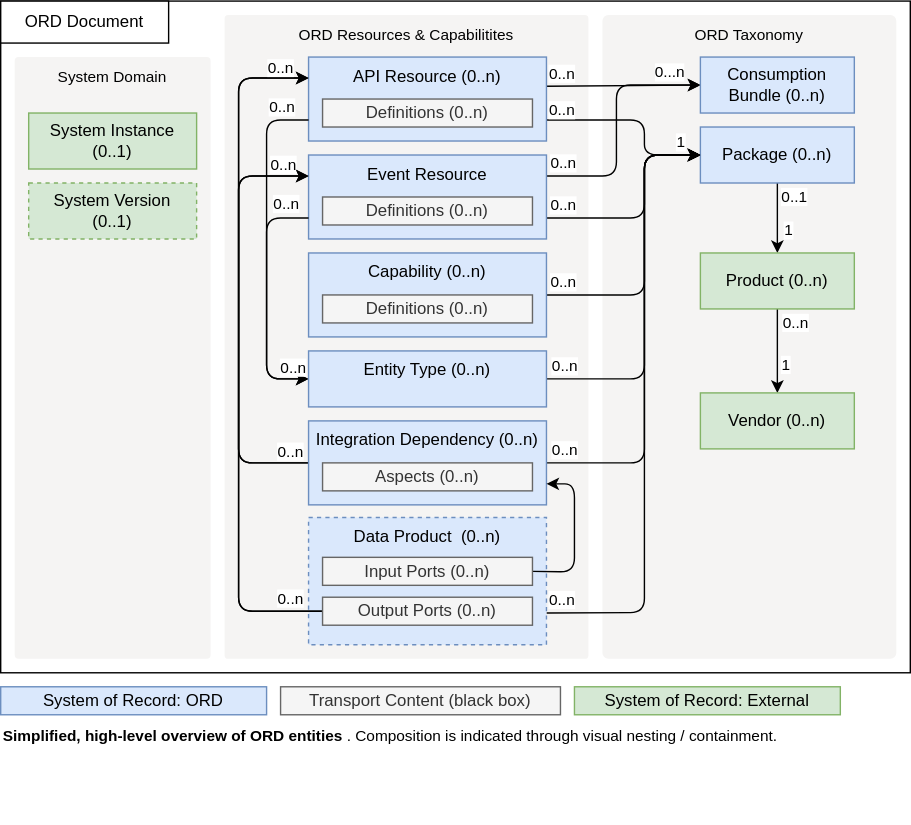
The draw.io diagram static/img/ord-high-level-data-model.drawio.svg in SAP/open-resource-discovery, before a commit. Source tidied: cells renumbered, new cells last; positions are measured from the earlier drawing's top-left corner, leaving out a move shared by most shapes. Its diagram source:
```xml
<mxGraphModel>
  <root>
    <mxCell id="0" />
    <mxCell id="1" parent="0" />
    <mxCell id="2" style="rounded=0;whiteSpace=wrap;html=1;glass=0;sketch=0;fillStyle=auto;fontSize=11;" parent="1" vertex="1">
      <mxGeometry width="650" height="480" as="geometry" />
    </mxCell>
    <mxCell id="3" value="&lt;font style=&quot;font-size: 11px;&quot;&gt;System Domain&lt;/font&gt;" style="rounded=1;whiteSpace=wrap;html=1;glass=0;sketch=0;fillStyle=auto;fillColor=#F5F4F3;strokeColor=none;verticalAlign=top;align=center;arcSize=2;" parent="1" vertex="1">
      <mxGeometry x="10" y="40" width="140" height="430" as="geometry" />
    </mxCell>
    <mxCell id="4" value="&lt;font style=&quot;font-size: 11px;&quot;&gt;ORD Taxonomy&lt;/font&gt;" style="rounded=1;whiteSpace=wrap;html=1;glass=0;sketch=0;fillStyle=auto;fillColor=#F5F4F3;strokeColor=none;verticalAlign=top;align=center;arcSize=2;" parent="1" vertex="1">
      <mxGeometry x="430" y="10" width="210" height="460" as="geometry" />
    </mxCell>
    <mxCell id="5" value="&lt;font style=&quot;font-size: 11px;&quot;&gt;ORD Resources &amp;amp; Capabilitites&lt;/font&gt;" style="rounded=1;whiteSpace=wrap;html=1;glass=0;sketch=0;fillStyle=auto;fillColor=#F5F4F3;strokeColor=none;verticalAlign=top;align=center;arcSize=1;" parent="1" vertex="1">
      <mxGeometry x="160" y="10" width="260" height="460" as="geometry" />
    </mxCell>
    <mxCell id="6" value="ORD Document" style="rounded=0;whiteSpace=wrap;html=1;" parent="1" vertex="1">
      <mxGeometry width="120" height="30" as="geometry" />
    </mxCell>
    <mxCell id="7" style="edgeStyle=none;html=1;entryX=0;entryY=0.5;entryDx=0;entryDy=0;fontSize=11;endArrow=classic;endFill=1;exitX=1;exitY=0.348;exitDx=0;exitDy=0;exitPerimeter=0;" parent="1" edge="1" source="13" target="33">
      <mxGeometry relative="1" as="geometry" />
    </mxCell>
    <mxCell id="8" value="0..n" style="edgeLabel;html=1;align=center;verticalAlign=middle;fontSize=11;" parent="7" vertex="1">
      <mxGeometry x="-0.62" y="-1" relative="1" as="geometry">
        <mxPoint x="-11" y="-10" as="offset" />
      </mxGeometry>
    </mxCell>
    <mxCell id="9" value="0...n" style="edgeLabel;html=1;align=center;verticalAlign=middle;fontSize=11;" parent="7" vertex="1">
      <mxGeometry x="0.58" y="-1" relative="1" as="geometry">
        <mxPoint y="-11" as="offset" />
      </mxGeometry>
    </mxCell>
    <mxCell id="10" style="edgeStyle=none;html=1;entryX=0;entryY=0.5;entryDx=0;entryDy=0;fontSize=11;endArrow=classic;endFill=1;exitX=1;exitY=0.75;exitDx=0;exitDy=0;" parent="1" edge="1" source="13" target="37">
      <mxGeometry relative="1" as="geometry">
        <Array as="points">
          <mxPoint x="460" y="85" />
          <mxPoint x="460" y="110" />
        </Array>
      </mxGeometry>
    </mxCell>
    <mxCell id="11" value="0..n" style="edgeLabel;html=1;align=center;verticalAlign=middle;fontSize=11;" parent="10" vertex="1">
      <mxGeometry x="-0.7" y="1" relative="1" as="geometry">
        <mxPoint x="-10" y="-7" as="offset" />
      </mxGeometry>
    </mxCell>
    <mxCell id="12" value="1" style="edgeLabel;html=1;align=center;verticalAlign=middle;fontSize=11;" parent="10" vertex="1">
      <mxGeometry x="0.66" relative="1" as="geometry">
        <mxPoint x="8" y="-10" as="offset" />
      </mxGeometry>
    </mxCell>
    <mxCell id="13" value="API Resource (0..n)" style="rounded=0;whiteSpace=wrap;html=1;verticalAlign=top;fillColor=#dae8fc;strokeColor=#6c8ebf;" parent="1" vertex="1">
      <mxGeometry x="220" y="40" width="170" height="60" as="geometry" />
    </mxCell>
    <mxCell id="14" style="edgeStyle=none;html=1;entryX=0;entryY=0.5;entryDx=0;entryDy=0;fontSize=11;endArrow=classic;endFill=1;exitX=1;exitY=0.25;exitDx=0;exitDy=0;" parent="1" edge="1" source="18" target="33">
      <mxGeometry relative="1" as="geometry">
        <Array as="points">
          <mxPoint x="440" y="125" />
          <mxPoint x="440" y="60" />
        </Array>
      </mxGeometry>
    </mxCell>
    <mxCell id="15" value="0..n" style="edgeLabel;html=1;align=center;verticalAlign=middle;fontSize=11;" parent="14" vertex="1">
      <mxGeometry x="-0.77" relative="1" as="geometry">
        <mxPoint x="-9" y="-10" as="offset" />
      </mxGeometry>
    </mxCell>
    <mxCell id="16" style="edgeStyle=none;html=1;exitX=1;exitY=0.75;exitDx=0;exitDy=0;entryX=0;entryY=0.5;entryDx=0;entryDy=0;fontSize=11;endArrow=classic;endFill=1;" parent="1" edge="1" source="18" target="37">
      <mxGeometry relative="1" as="geometry">
        <Array as="points">
          <mxPoint x="460" y="155" />
          <mxPoint x="460" y="110" />
        </Array>
      </mxGeometry>
    </mxCell>
    <mxCell id="17" value="0..n" style="edgeLabel;html=1;align=center;verticalAlign=middle;fontSize=11;" parent="16" vertex="1">
      <mxGeometry x="-0.77" y="3" relative="1" as="geometry">
        <mxPoint x="-7" y="-7" as="offset" />
      </mxGeometry>
    </mxCell>
    <mxCell id="18" value="Event Resource" style="rounded=0;whiteSpace=wrap;html=1;verticalAlign=top;fillColor=#dae8fc;strokeColor=#6c8ebf;" parent="1" vertex="1">
      <mxGeometry x="220" y="110" width="170" height="60" as="geometry" />
    </mxCell>
    <mxCell id="19" value="Definitions (0..n)" style="rounded=0;whiteSpace=wrap;html=1;fillColor=#f5f5f5;strokeColor=#666666;fontColor=#333333;" parent="1" vertex="1">
      <mxGeometry x="230" y="140" width="150" height="20" as="geometry" />
    </mxCell>
    <mxCell id="20" value="System Instance (0..1)" style="rounded=0;whiteSpace=wrap;html=1;verticalAlign=middle;fillColor=#d5e8d4;strokeColor=#82b366;" parent="1" vertex="1">
      <mxGeometry x="20" y="80" width="120" height="40" as="geometry" />
    </mxCell>
    <mxCell id="21" style="edgeStyle=none;html=1;entryX=0;entryY=0.5;entryDx=0;entryDy=0;fontSize=11;endArrow=classic;endFill=1;" parent="1" edge="1" source="23" target="37">
      <mxGeometry relative="1" as="geometry">
        <Array as="points">
          <mxPoint x="460" y="210" />
          <mxPoint x="460" y="110" />
        </Array>
      </mxGeometry>
    </mxCell>
    <mxCell id="22" value="0..n" style="edgeLabel;html=1;align=center;verticalAlign=middle;fontSize=11;" parent="21" vertex="1">
      <mxGeometry x="-0.92" relative="1" as="geometry">
        <mxPoint x="2" y="-10" as="offset" />
      </mxGeometry>
    </mxCell>
    <mxCell id="23" value="Capability (0..n)" style="rounded=0;whiteSpace=wrap;html=1;verticalAlign=top;fillColor=#dae8fc;strokeColor=#6c8ebf;" parent="1" vertex="1">
      <mxGeometry x="220" y="180" width="170" height="60" as="geometry" />
    </mxCell>
    <mxCell id="24" value="Definitions (0..n)" style="rounded=0;whiteSpace=wrap;html=1;fillColor=#f5f5f5;strokeColor=#666666;fontColor=#333333;" parent="1" vertex="1">
      <mxGeometry x="230" y="210" width="150" height="20" as="geometry" />
    </mxCell>
    <mxCell id="25" style="edgeStyle=none;html=1;entryX=0;entryY=0.5;entryDx=0;entryDy=0;fontSize=11;endArrow=classic;endFill=1;" parent="1" edge="1" source="32" target="37">
      <mxGeometry relative="1" as="geometry">
        <Array as="points">
          <mxPoint x="460" y="270" />
          <mxPoint x="460" y="110" />
        </Array>
      </mxGeometry>
    </mxCell>
    <mxCell id="26" value="0..n" style="edgeLabel;html=1;align=center;verticalAlign=middle;fontSize=11;" parent="25" vertex="1">
      <mxGeometry x="-0.91" y="1" relative="1" as="geometry">
        <mxPoint x="-1" y="-9" as="offset" />
      </mxGeometry>
    </mxCell>
    <mxCell id="27" style="edgeStyle=none;html=1;entryX=0;entryY=0.75;entryDx=0;entryDy=0;fontSize=11;endArrow=none;endFill=0;startArrow=classic;startFill=1;" parent="1" edge="1" source="32" target="18">
      <mxGeometry relative="1" as="geometry">
        <Array as="points">
          <mxPoint x="190" y="270" />
          <mxPoint x="190" y="155" />
        </Array>
      </mxGeometry>
    </mxCell>
    <mxCell id="28" style="edgeStyle=none;html=1;entryX=0;entryY=0.75;entryDx=0;entryDy=0;fontSize=11;endArrow=none;endFill=0;startArrow=classic;startFill=1;" parent="1" edge="1" source="32" target="13">
      <mxGeometry relative="1" as="geometry">
        <Array as="points">
          <mxPoint x="190" y="270" />
          <mxPoint x="190" y="85" />
        </Array>
      </mxGeometry>
    </mxCell>
    <mxCell id="29" value="0..n" style="edgeLabel;html=1;align=center;verticalAlign=middle;fontSize=11;" parent="28" vertex="1">
      <mxGeometry x="0.33" y="-3" relative="1" as="geometry">
        <mxPoint x="10" y="6" as="offset" />
      </mxGeometry>
    </mxCell>
    <mxCell id="30" value="0..n" style="edgeLabel;html=1;align=center;verticalAlign=middle;fontSize=11;" parent="28" vertex="1">
      <mxGeometry x="0.81" y="2" relative="1" as="geometry">
        <mxPoint x="3" y="-8" as="offset" />
      </mxGeometry>
    </mxCell>
    <mxCell id="31" value="0..n" style="edgeLabel;html=1;align=center;verticalAlign=middle;fontSize=11;" parent="28" vertex="1">
      <mxGeometry x="-0.83" y="-1" relative="1" as="geometry">
        <mxPoint x="9" y="-8" as="offset" />
      </mxGeometry>
    </mxCell>
    <mxCell id="32" value="Entity Type (0..n)" style="rounded=0;whiteSpace=wrap;html=1;verticalAlign=top;fillColor=#dae8fc;strokeColor=#6c8ebf;" parent="1" vertex="1">
      <mxGeometry x="220" y="250" width="170" height="40" as="geometry" />
    </mxCell>
    <mxCell id="33" value="Consumption Bundle (0..n)" style="rounded=0;whiteSpace=wrap;html=1;verticalAlign=middle;fillColor=#dae8fc;strokeColor=#6c8ebf;" parent="1" vertex="1">
      <mxGeometry x="500" y="40" width="110" height="40" as="geometry" />
    </mxCell>
    <mxCell id="34" style="edgeStyle=none;html=1;fontSize=11;endArrow=classic;endFill=1;" parent="1" edge="1" source="37" target="41">
      <mxGeometry relative="1" as="geometry" />
    </mxCell>
    <mxCell id="35" value="0..1" style="edgeLabel;html=1;align=center;verticalAlign=middle;fontSize=11;" parent="34" vertex="1">
      <mxGeometry x="-0.64" y="-1" relative="1" as="geometry">
        <mxPoint x="12" as="offset" />
      </mxGeometry>
    </mxCell>
    <mxCell id="36" value="1" style="edgeLabel;html=1;align=center;verticalAlign=middle;fontSize=11;" parent="34" vertex="1">
      <mxGeometry x="0.27" y="-1" relative="1" as="geometry">
        <mxPoint x="8" y="1" as="offset" />
      </mxGeometry>
    </mxCell>
    <mxCell id="37" value="Package (0..n)" style="rounded=0;whiteSpace=wrap;html=1;verticalAlign=middle;fillColor=#dae8fc;strokeColor=#6c8ebf;" parent="1" vertex="1">
      <mxGeometry x="500" y="90" width="110" height="40" as="geometry" />
    </mxCell>
    <mxCell id="38" style="edgeStyle=none;html=1;fontSize=11;endArrow=classic;endFill=1;" parent="1" edge="1" source="41" target="42">
      <mxGeometry relative="1" as="geometry" />
    </mxCell>
    <mxCell id="39" value="1" style="edgeLabel;html=1;align=center;verticalAlign=middle;fontSize=11;" parent="38" vertex="1">
      <mxGeometry x="0.3" y="-4" relative="1" as="geometry">
        <mxPoint x="9" as="offset" />
      </mxGeometry>
    </mxCell>
    <mxCell id="40" value="0..n" style="edgeLabel;html=1;align=center;verticalAlign=middle;fontSize=11;" parent="38" vertex="1">
      <mxGeometry x="-0.77" y="-2" relative="1" as="geometry">
        <mxPoint x="14" y="2" as="offset" />
      </mxGeometry>
    </mxCell>
    <mxCell id="41" value="Product (0..n)" style="rounded=0;whiteSpace=wrap;html=1;verticalAlign=middle;fillColor=#d5e8d4;strokeColor=#82b366;" parent="1" vertex="1">
      <mxGeometry x="500" y="180" width="110" height="40" as="geometry" />
    </mxCell>
    <mxCell id="42" value="Vendor (0..n)" style="rounded=0;whiteSpace=wrap;html=1;verticalAlign=middle;fillColor=#d5e8d4;strokeColor=#82b366;" parent="1" vertex="1">
      <mxGeometry x="500" y="280" width="110" height="40" as="geometry" />
    </mxCell>
    <mxCell id="43" value="Definitions (0..n)" style="rounded=0;whiteSpace=wrap;html=1;fillColor=#f5f5f5;strokeColor=#666666;fontColor=#333333;" parent="1" vertex="1">
      <mxGeometry x="230" y="70" width="150" height="20" as="geometry" />
    </mxCell>
    <mxCell id="44" value="Best viewed with the &lt;a href=&quot;https://github.com/ariel-bentu/tam-drawio&quot;&gt;TAM plugin&lt;/a&gt;" style="text;html=1;shape=tamPluginMissing;" parent="1" vertex="1">
      <mxGeometry x="235" y="563" width="200" height="25" as="geometry" />
    </mxCell>
    <mxCell id="45" style="edgeStyle=none;html=1;entryX=0;entryY=0.5;entryDx=0;entryDy=0;fontSize=11;endArrow=classic;endFill=1;" parent="1" edge="1" source="52" target="37">
      <mxGeometry relative="1" as="geometry">
        <Array as="points">
          <mxPoint x="460" y="330" />
          <mxPoint x="460" y="110" />
        </Array>
      </mxGeometry>
    </mxCell>
    <mxCell id="46" value="0..n" style="edgeLabel;html=1;align=center;verticalAlign=middle;fontSize=11;" parent="45" vertex="1">
      <mxGeometry x="-0.93" y="1" relative="1" as="geometry">
        <mxPoint x="1" y="-9" as="offset" />
      </mxGeometry>
    </mxCell>
    <mxCell id="47" style="edgeStyle=none;html=1;entryX=0;entryY=0.25;entryDx=0;entryDy=0;fontSize=11;endArrow=classic;endFill=1;" parent="1" edge="1" source="52" target="18">
      <mxGeometry relative="1" as="geometry">
        <Array as="points">
          <mxPoint x="170" y="330" />
          <mxPoint x="170" y="125" />
        </Array>
      </mxGeometry>
    </mxCell>
    <mxCell id="48" value="0..n" style="edgeLabel;html=1;align=center;verticalAlign=middle;fontSize=11;" parent="47" vertex="1">
      <mxGeometry x="0.91" y="3" relative="1" as="geometry">
        <mxPoint x="-5" y="-6" as="offset" />
      </mxGeometry>
    </mxCell>
    <mxCell id="49" value="0..n" style="edgeLabel;html=1;align=center;verticalAlign=middle;fontSize=11;" parent="47" vertex="1">
      <mxGeometry x="-0.89" relative="1" as="geometry">
        <mxPoint x="3" y="-9" as="offset" />
      </mxGeometry>
    </mxCell>
    <mxCell id="50" style="edgeStyle=none;html=1;entryX=0;entryY=0.25;entryDx=0;entryDy=0;fontSize=11;endArrow=classic;endFill=1;" parent="1" edge="1" source="52" target="13">
      <mxGeometry relative="1" as="geometry">
        <Array as="points">
          <mxPoint x="170" y="330" />
          <mxPoint x="170" y="55" />
        </Array>
      </mxGeometry>
    </mxCell>
    <mxCell id="51" value="0..n" style="edgeLabel;html=1;align=center;verticalAlign=middle;fontSize=11;" parent="50" vertex="1">
      <mxGeometry x="0.9" y="1" relative="1" as="geometry">
        <mxPoint x="-2" y="-7" as="offset" />
      </mxGeometry>
    </mxCell>
    <mxCell id="52" value="Integration Dependency (0..n)" style="rounded=0;whiteSpace=wrap;html=1;verticalAlign=top;fillColor=#dae8fc;strokeColor=#6c8ebf;" parent="1" vertex="1">
      <mxGeometry x="220" y="300" width="170" height="60" as="geometry" />
    </mxCell>
    <mxCell id="53" value="Aspects (0..n)" style="rounded=0;whiteSpace=wrap;html=1;fillColor=#f5f5f5;strokeColor=#666666;fontColor=#333333;" parent="1" vertex="1">
      <mxGeometry x="230" y="330" width="150" height="20" as="geometry" />
    </mxCell>
    <mxCell id="54" value="System of Record: ORD" style="rounded=0;whiteSpace=wrap;html=1;fillColor=#dae8fc;strokeColor=#6c8ebf;" parent="1" vertex="1">
      <mxGeometry y="490" width="190" height="20" as="geometry" />
    </mxCell>
    <mxCell id="55" value="System of Record: External" style="rounded=0;whiteSpace=wrap;html=1;fillColor=#d5e8d4;strokeColor=#82b366;" parent="1" vertex="1">
      <mxGeometry x="410" y="490" width="190" height="20" as="geometry" />
    </mxCell>
    <mxCell id="56" value="Transport Content (black box)" style="rounded=0;whiteSpace=wrap;html=1;fillColor=#f5f5f5;strokeColor=#666666;fontColor=#333333;" parent="1" vertex="1">
      <mxGeometry x="200" y="490" width="200" height="20" as="geometry" />
    </mxCell>
    <mxCell id="57" value="&lt;b&gt;Simplified, high-level overview of ORD entities&lt;/b&gt;. Composition is indicated through visual nesting / containment." style="text;html=1;strokeColor=none;fillColor=none;align=left;verticalAlign=middle;whiteSpace=wrap;rounded=0;glass=0;sketch=0;fillStyle=auto;fontSize=11;" parent="1" vertex="1">
      <mxGeometry y="516" width="650" height="17" as="geometry" />
    </mxCell>
    <mxCell id="58" style="edgeStyle=none;html=1;entryX=0;entryY=0.5;entryDx=0;entryDy=0;exitX=1;exitY=0.75;exitDx=0;exitDy=0;" parent="1" edge="1" source="60" target="37">
      <mxGeometry relative="1" as="geometry">
        <Array as="points">
          <mxPoint x="460" y="437" />
          <mxPoint x="460" y="110" />
        </Array>
      </mxGeometry>
    </mxCell>
    <mxCell id="59" value="0..n" style="edgeLabel;html=1;align=center;verticalAlign=middle;" parent="58" vertex="1">
      <mxGeometry x="-0.93" y="1" relative="1" as="geometry">
        <mxPoint x="-4" y="-9" as="offset" />
      </mxGeometry>
    </mxCell>
    <mxCell id="60" value="Data Product&amp;nbsp; (0..n)" style="rounded=0;whiteSpace=wrap;html=1;verticalAlign=top;fillColor=#dae8fc;strokeColor=#6c8ebf;dashed=1;" parent="1" vertex="1">
      <mxGeometry x="220" y="369" width="170" height="91" as="geometry" />
    </mxCell>
    <mxCell id="61" style="edgeStyle=none;html=1;entryX=1;entryY=0.75;entryDx=0;entryDy=0;exitX=1;exitY=0.5;exitDx=0;exitDy=0;" parent="1" edge="1" source="62" target="52">
      <mxGeometry relative="1" as="geometry">
        <Array as="points">
          <mxPoint x="410" y="408" />
          <mxPoint x="410" y="345" />
        </Array>
      </mxGeometry>
    </mxCell>
    <mxCell id="62" value="Input Ports (0..n)" style="rounded=0;whiteSpace=wrap;html=1;fillColor=#f5f5f5;strokeColor=#666666;fontColor=#333333;" parent="1" vertex="1">
      <mxGeometry x="230" y="397.5" width="150" height="20" as="geometry" />
    </mxCell>
    <mxCell id="63" style="edgeStyle=none;html=1;entryX=0;entryY=0.25;entryDx=0;entryDy=0;" parent="1" edge="1" source="66" target="13">
      <mxGeometry relative="1" as="geometry">
        <Array as="points">
          <mxPoint x="170" y="436" />
          <mxPoint x="170" y="55" />
        </Array>
      </mxGeometry>
    </mxCell>
    <mxCell id="64" style="edgeStyle=none;html=1;entryX=0;entryY=0.25;entryDx=0;entryDy=0;" parent="1" edge="1" source="66" target="18">
      <mxGeometry relative="1" as="geometry">
        <Array as="points">
          <mxPoint x="170" y="436" />
          <mxPoint x="170" y="125" />
        </Array>
      </mxGeometry>
    </mxCell>
    <mxCell id="65" value="0..n" style="edgeLabel;html=1;align=center;verticalAlign=middle;" parent="64" vertex="1">
      <mxGeometry x="-0.89" relative="1" as="geometry">
        <mxPoint x="-1" y="-10" as="offset" />
      </mxGeometry>
    </mxCell>
    <mxCell id="66" value="Output Ports (0..n)" style="rounded=0;whiteSpace=wrap;html=1;fillColor=#f5f5f5;strokeColor=#666666;fontColor=#333333;" parent="1" vertex="1">
      <mxGeometry x="230" y="426" width="150" height="20" as="geometry" />
    </mxCell>
    <mxCell id="67" value="System Version&lt;br&gt;(0..1)" style="rounded=0;whiteSpace=wrap;html=1;verticalAlign=middle;fillColor=#d5e8d4;strokeColor=#82b366;dashed=1;" parent="1" vertex="1">
      <mxGeometry x="20" y="130" width="120" height="40" as="geometry" />
    </mxCell>
  </root>
</mxGraphModel>
```
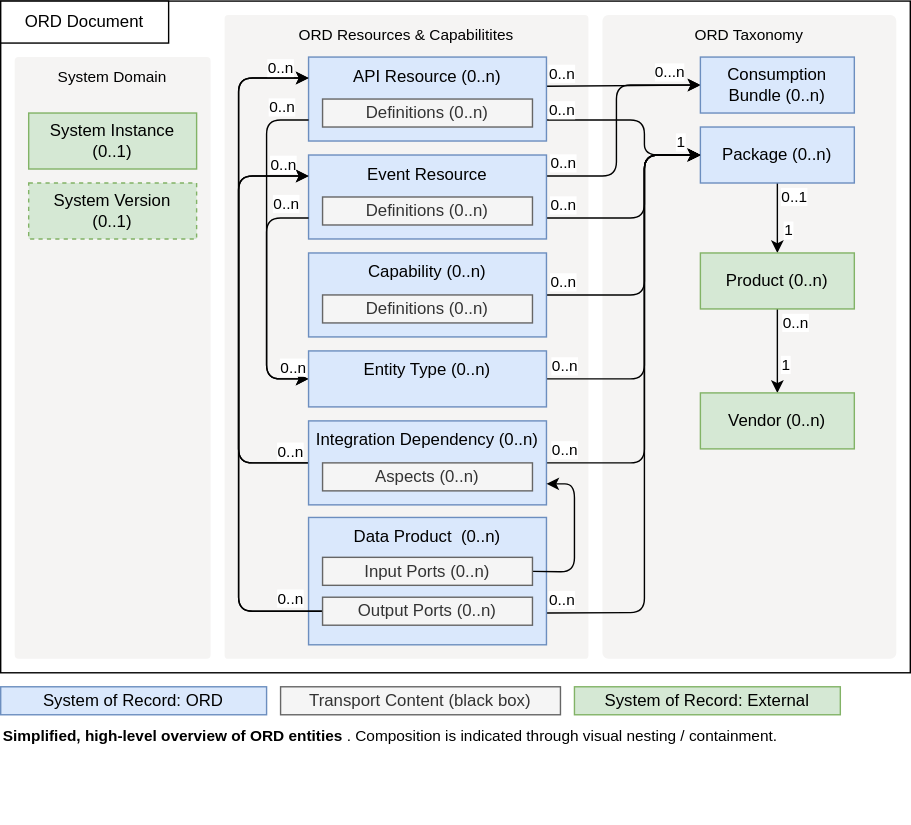
After the commit.

What changed in the source:
```diff
@@ -271,7 +271,7 @@
         <mxPoint x="-4" y="-9" as="offset" />
       </mxGeometry>
     </mxCell>
-    <mxCell id="60" value="Data Product&amp;nbsp; (0..n)" style="rounded=0;whiteSpace=wrap;html=1;verticalAlign=top;fillColor=#dae8fc;strokeColor=#6c8ebf;dashed=1;" parent="1" vertex="1">
+    <mxCell id="60" value="Data Product&amp;nbsp; (0..n)" style="rounded=0;whiteSpace=wrap;html=1;verticalAlign=top;fillColor=#dae8fc;strokeColor=#6c8ebf;" parent="1" vertex="1">
       <mxGeometry x="220" y="369" width="170" height="91" as="geometry" />
     </mxCell>
     <mxCell id="61" style="edgeStyle=none;html=1;entryX=1;entryY=0.75;entryDx=0;entryDy=0;exitX=1;exitY=0.5;exitDx=0;exitDy=0;" parent="1" edge="1" source="62" target="52">
```
